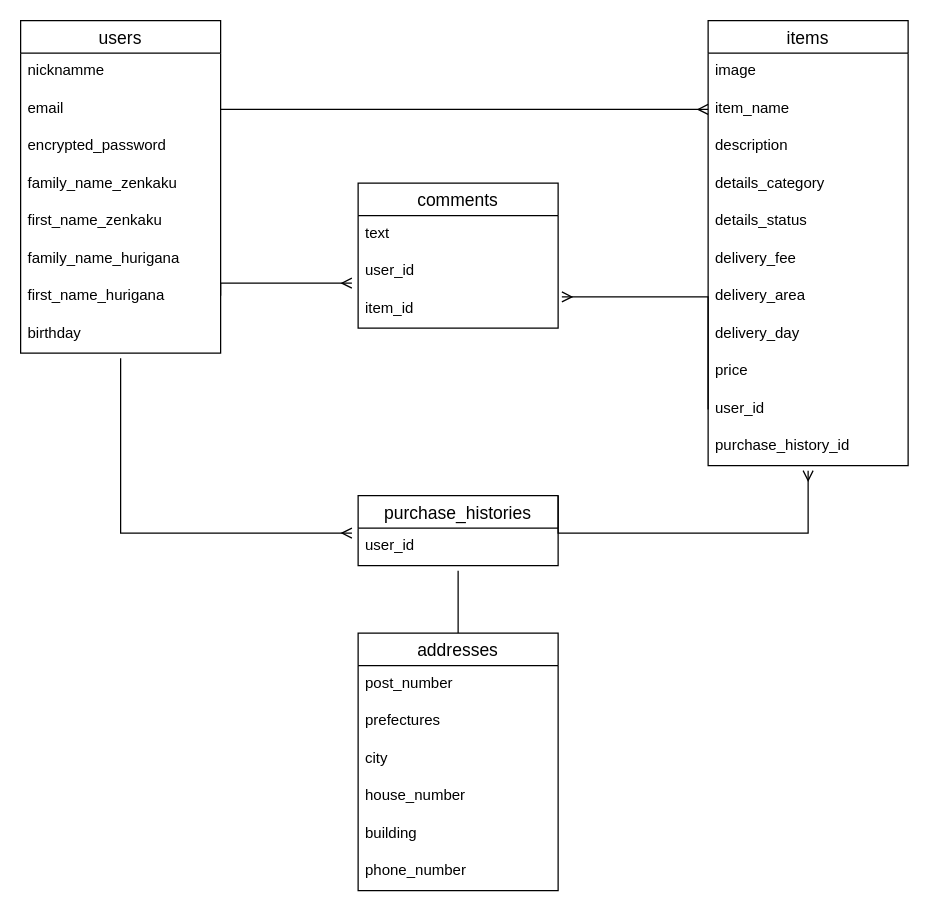
The draw.io diagram db.dio in blues0217/furima-35169, before the edit. Source tidied: cells renumbered, new cells numbered last; positions are measured from the earlier drawing's top-left corner, leaving out a move shared by most shapes. Both pictures are drawn from the tidied source at 125%, with x=0, y=0 at pixel (20, 20).
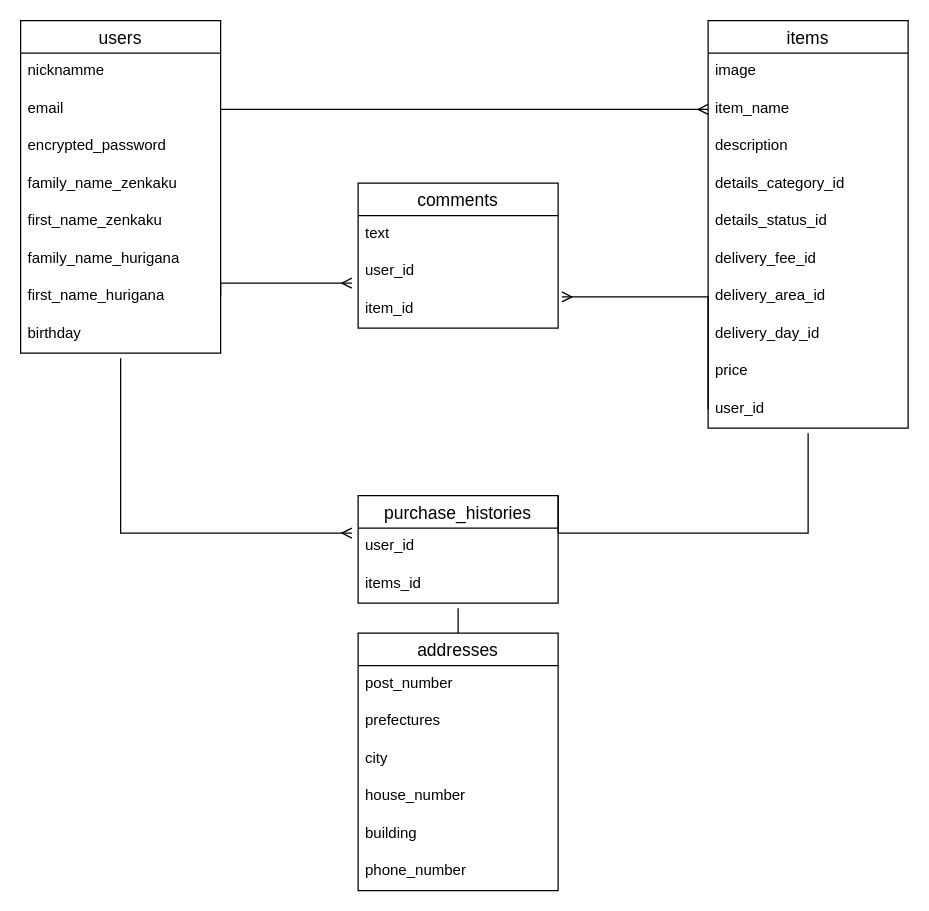
The same page after the edit.

Commit message (it also covers changes not shown here):
データベース設計

Unchanged cells that the change refers to:
```xml
<mxCell id="35" value="addresses" style="swimlane;fontStyle=0;horizontal=1;startSize=26;align=center;fontSize=14;" parent="1" vertex="1">
  <mxGeometry x="270" y="490" width="160" height="206" as="geometry" />
</mxCell>
```

Change to the diagram source:
```diff
@@
     <mxCell id="11" value="items" style="swimlane;fontStyle=0;horizontal=1;startSize=26;align=center;fontSize=14;" parent="1" vertex="1">
-      <mxGeometry x="550" width="160" height="356" as="geometry" />
+      <mxGeometry x="550" width="160" height="326" as="geometry" />
     </mxCell>
@@
-    <mxCell id="15" value="details_category" style="text;strokeColor=none;fillColor=none;spacingLeft=4;spacingRight=4;overflow=hidden;fontSize=12;" parent="11" vertex="1">
+    <mxCell id="15" value="details_category_id" style="text;strokeColor=none;fillColor=none;spacingLeft=4;spacingRight=4;overflow=hidden;fontSize=12;" parent="11" vertex="1">
       <mxGeometry y="116" width="160" height="30" as="geometry" />
     </mxCell>
-    <mxCell id="16" value="details_status" style="text;strokeColor=none;fillColor=none;spacingLeft=4;spacingRight=4;overflow=hidden;fontSize=12;" parent="11" vertex="1">
+    <mxCell id="16" value="details_status_id" style="text;strokeColor=none;fillColor=none;spacingLeft=4;spacingRight=4;overflow=hidden;fontSize=12;" parent="11" vertex="1">
       <mxGeometry y="146" width="160" height="30" as="geometry" />
     </mxCell>
-    <mxCell id="17" value="delivery_fee" style="text;strokeColor=none;fillColor=none;spacingLeft=4;spacingRight=4;overflow=hidden;fontSize=12;" parent="11" vertex="1">
+    <mxCell id="17" value="delivery_fee_id" style="text;strokeColor=none;fillColor=none;spacingLeft=4;spacingRight=4;overflow=hidden;fontSize=12;" parent="11" vertex="1">
       <mxGeometry y="176" width="160" height="30" as="geometry" />
     </mxCell>
-    <mxCell id="18" value="delivery_area" style="text;strokeColor=none;fillColor=none;spacingLeft=4;spacingRight=4;overflow=hidden;fontSize=12;" parent="11" vertex="1">
+    <mxCell id="18" value="delivery_area_id" style="text;strokeColor=none;fillColor=none;spacingLeft=4;spacingRight=4;overflow=hidden;fontSize=12;" parent="11" vertex="1">
       <mxGeometry y="206" width="160" height="30" as="geometry" />
     </mxCell>
-    <mxCell id="19" value="delivery_day" style="text;strokeColor=none;fillColor=none;spacingLeft=4;spacingRight=4;overflow=hidden;fontSize=12;" parent="11" vertex="1">
+    <mxCell id="19" value="delivery_day_id" style="text;strokeColor=none;fillColor=none;spacingLeft=4;spacingRight=4;overflow=hidden;fontSize=12;" parent="11" vertex="1">
       <mxGeometry y="236" width="160" height="30" as="geometry" />
     </mxCell>
@@
-    <mxCell id="22" value="purchase_history_id" style="text;strokeColor=none;fillColor=none;spacingLeft=4;spacingRight=4;overflow=hidden;fontSize=12;" parent="11" vertex="1">
-      <mxGeometry y="326" width="160" height="30" as="geometry" />
-    </mxCell>
@@
     <mxCell id="31" value="purchase_histories" style="swimlane;fontStyle=0;horizontal=1;startSize=26;align=center;fontSize=14;" parent="1" vertex="1">
-      <mxGeometry x="270" y="380" width="160" height="56" as="geometry" />
+      <mxGeometry x="270" y="380" width="160" height="86" as="geometry" />
     </mxCell>
@@
+    <mxCell id="42" value="items_id" style="text;strokeColor=none;fillColor=none;spacingLeft=4;spacingRight=4;overflow=hidden;fontSize=12;" parent="31" vertex="1">
+      <mxGeometry y="56" width="160" height="30" as="geometry" />
+    </mxCell>
-    <mxCell id="33" style="edgeStyle=orthogonalEdgeStyle;rounded=0;orthogonalLoop=1;jettySize=auto;html=1;exitX=1;exitY=0.5;exitDx=0;exitDy=0;endArrow=ERmany;endFill=0;" parent="1" edge="1">
+    <mxCell id="33" style="edgeStyle=orthogonalEdgeStyle;rounded=0;orthogonalLoop=1;jettySize=auto;html=1;exitX=1;exitY=0.5;exitDx=0;exitDy=0;endArrow=none;endFill=0;" parent="1" edge="1">
       <mxGeometry relative="1" as="geometry">
         <mxPoint x="430" y="380" as="sourcePoint" />
-        <mxPoint x="630" y="360" as="targetPoint" />
+        <mxPoint x="630" y="330" as="targetPoint" />
         <Array as="points">
           <mxPoint x="430" y="410" />
           <mxPoint x="630" y="410" />
         </Array>
       </mxGeometry>
     </mxCell>
     <mxCell id="34" style="edgeStyle=orthogonalEdgeStyle;rounded=0;jettySize=auto;html=1;exitX=0.5;exitY=0;exitDx=0;exitDy=0;endArrow=none;endFill=0;" parent="1" edge="1" source="35">
       <mxGeometry relative="1" as="geometry">
-        <mxPoint x="350" y="440" as="targetPoint" />
+        <mxPoint x="350" y="470" as="targetPoint" />
       </mxGeometry>
     </mxCell>
```
